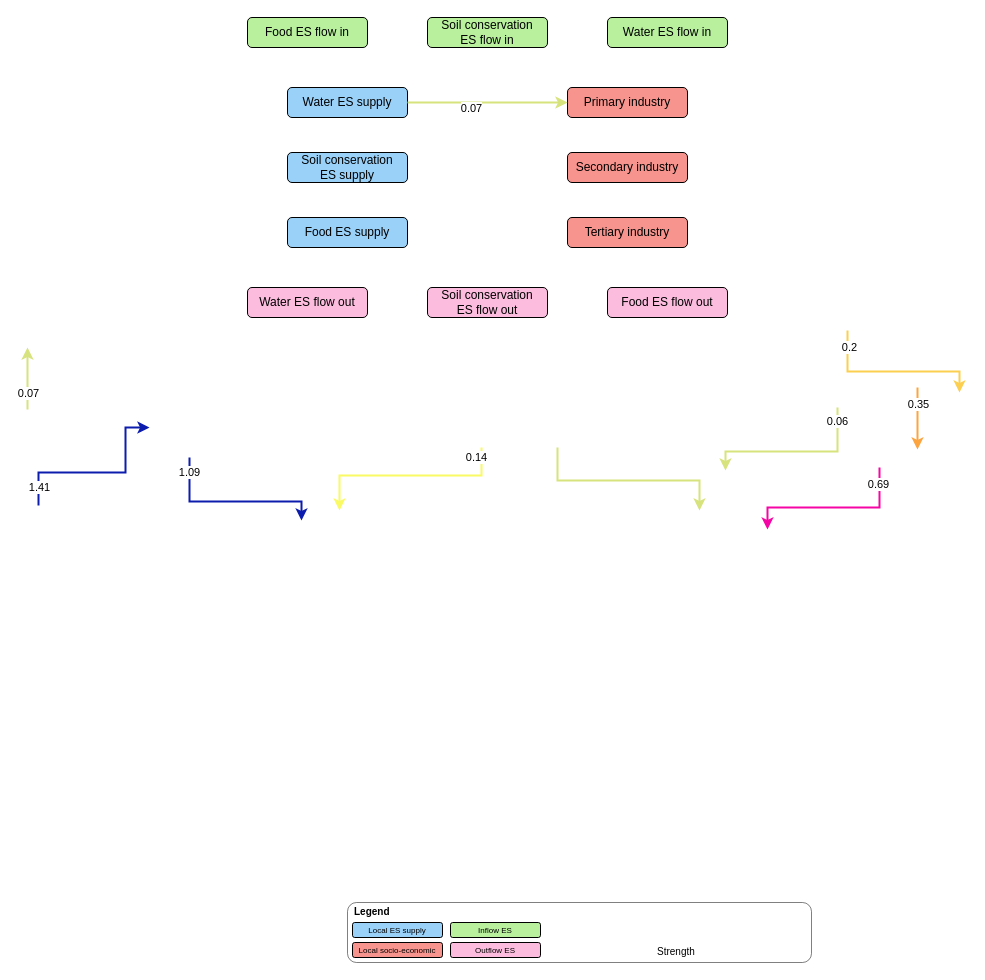
This is ES_FLOW_MI.drawio from THRILLERLEMON/Draw.IO, a draw.io file, before an edit. Source tidied: cells renumbered, new cells numbered last; positions are measured from the earlier drawing's top-left corner, leaving out a move shared by most shapes. Both pictures are drawn from the tidied source at 100%, with x=0, y=0 at pixel (27, 17).
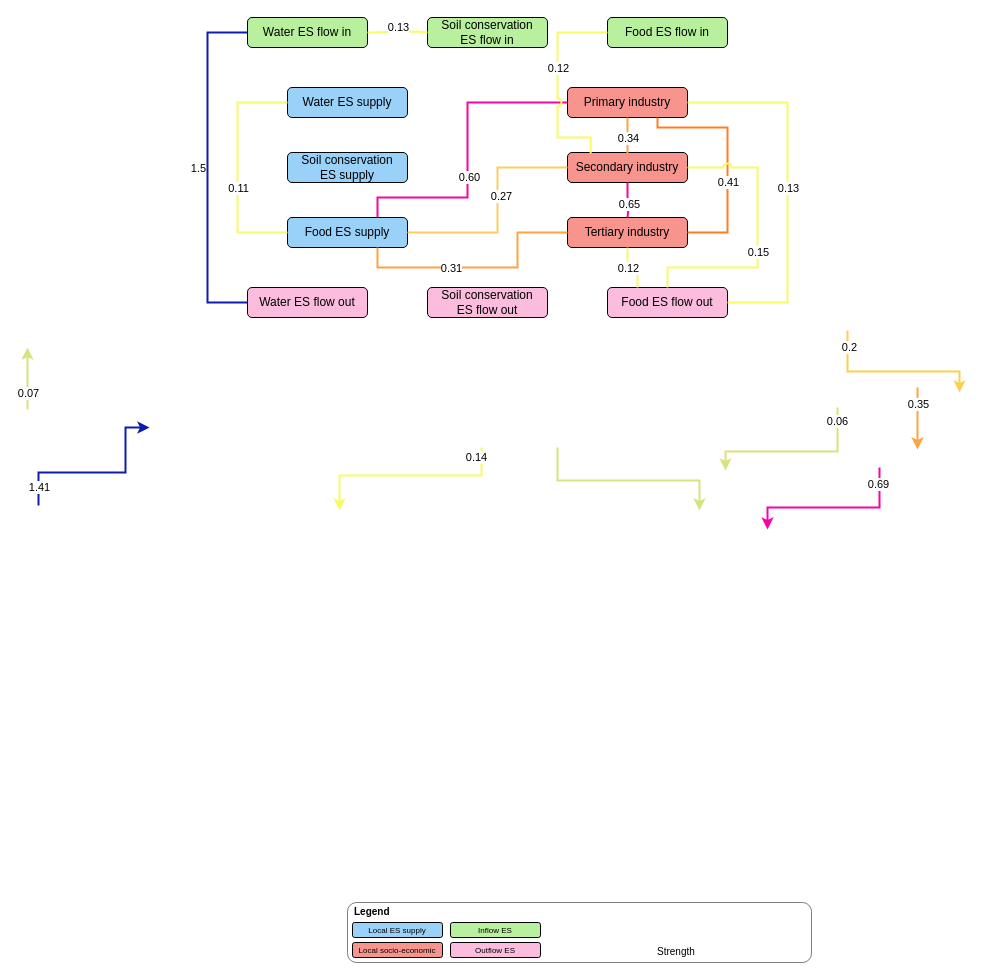
Above is the later version.

The change refers to these unchanged cells:
```xml
<mxCell id="8" value="&lt;p style=&quot;margin-top: 0pt; margin-bottom: 0pt; margin-left: 0in; direction: ltr; unicode-bidi: embed; word-break: normal;&quot;&gt;Food ES supply&lt;/p&gt;" style="rounded=1;whiteSpace=wrap;html=1;fontFamily=Arial;fillColor=#9ad1f9;flipV=0;" parent="1" vertex="1">
  <mxGeometry x="260" y="200" width="120" height="30" as="geometry" />
</mxCell>
<mxCell id="9" value="&lt;p style=&quot;margin-top: 0pt; margin-bottom: 0pt; margin-left: 0in; direction: ltr; unicode-bidi: embed; word-break: normal;&quot;&gt;Water ES supply&lt;/p&gt;" style="rounded=1;whiteSpace=wrap;html=1;fontFamily=Arial;fillColor=#9ad1f9;flipV=0;" parent="1" vertex="1">
  <mxGeometry x="260" y="70" width="120" height="30" as="geometry" />
</mxCell>
<mxCell id="11" value="&lt;p style=&quot;margin-top: 0pt; margin-bottom: 0pt; margin-left: 0in; direction: ltr; unicode-bidi: embed; word-break: normal;&quot;&gt;Secondary industry&lt;/p&gt;" style="rounded=1;whiteSpace=wrap;html=1;fontFamily=Arial;fillColor=#f7948d;flipV=1;" parent="1" vertex="1">
  <mxGeometry x="540" y="135" width="120" height="30" as="geometry" />
</mxCell>
<mxCell id="12" value="&lt;p style=&quot;margin-top: 0pt; margin-bottom: 0pt; margin-left: 0in; direction: ltr; unicode-bidi: embed; word-break: normal;&quot;&gt;Tertiary industry&lt;/p&gt;" style="rounded=1;whiteSpace=wrap;html=1;fontFamily=Arial;fillColor=#f7948d;" parent="1" vertex="1">
  <mxGeometry x="540" y="200" width="120" height="30" as="geometry" />
</mxCell>
<mxCell id="13" value="&lt;p style=&quot;margin-top: 0pt; margin-bottom: 0pt; margin-left: 0in; direction: ltr; unicode-bidi: embed; word-break: normal;&quot;&gt;Food ES flow out&lt;/p&gt;" style="rounded=1;whiteSpace=wrap;html=1;fontFamily=Arial;fillColor=#fbbcdd;flipV=1;" parent="1" vertex="1">
  <mxGeometry x="580" y="270" width="120" height="30" as="geometry" />
</mxCell>
<mxCell id="15" value="&lt;p style=&quot;margin-top: 0pt; margin-bottom: 0pt; margin-left: 0in; direction: ltr; unicode-bidi: embed; word-break: normal;&quot;&gt;Water ES flow out&lt;/p&gt;" style="rounded=1;whiteSpace=wrap;html=1;fontFamily=Arial;fillColor=#fbbcdd;" parent="1" vertex="1">
  <mxGeometry x="220" y="270" width="120" height="30" as="geometry" />
</mxCell>
<mxCell id="20" value="&lt;p style=&quot;margin-top: 0pt; margin-bottom: 0pt; margin-left: 0in; direction: ltr; unicode-bidi: embed; word-break: normal;&quot;&gt;Primary industry&lt;/p&gt;" style="rounded=1;whiteSpace=wrap;html=1;fontFamily=Arial;fillColor=#f7948d;flipV=1;" parent="1" vertex="1">
  <mxGeometry x="540" y="70" width="120" height="30" as="geometry" />
</mxCell>
<mxCell id="37" value="Soil conservation&lt;p style=&quot;margin-top: 0pt; margin-bottom: 0pt; margin-left: 0in; direction: ltr; unicode-bidi: embed; word-break: normal;&quot;&gt;ES flow in&lt;/p&gt;" style="rounded=1;whiteSpace=wrap;html=1;fontFamily=Arial;fillColor=#b8f09e;" parent="1" vertex="1">
  <mxGeometry x="400" width="120" height="30" as="geometry" />
</mxCell>
```

The edit, as a diff of the source:
```diff
@@
     <mxCell id="10" value="Water&amp;nbsp;&lt;span style=&quot;background-color: initial;&quot;&gt;ES flow in&lt;/span&gt;" style="rounded=1;whiteSpace=wrap;html=1;fontFamily=Arial;fillColor=#b8f09e;" parent="1" vertex="1">
-      <mxGeometry x="580" width="120" height="30" as="geometry" />
+      <mxGeometry x="220" width="120" height="30" as="geometry" />
     </mxCell>
@@
-    <mxCell id="25" style="edgeStyle=orthogonalEdgeStyle;rounded=0;orthogonalLoop=1;jettySize=auto;html=1;exitX=0.75;exitY=1;exitDx=0;exitDy=0;entryX=0.25;entryY=0;entryDx=0;entryDy=0;strokeWidth=2;strokeColor=#0c1cad;jumpStyle=arc;fontFamily=Arial;" parent="1" edge="1">
+    <mxCell id="25" style="edgeStyle=orthogonalEdgeStyle;rounded=0;jettySize=auto;html=1;exitX=0;exitY=0.5;exitDx=0;exitDy=0;entryX=0;entryY=0.5;entryDx=0;entryDy=0;strokeWidth=2;strokeColor=#0c1cad;jumpStyle=arc;fontFamily=Arial;endArrow=none;endFill=0;" parent="1" edge="1" source="10" target="15">
       <mxGeometry relative="1" as="geometry">
-        <mxPoint x="162" y="440" as="sourcePoint" />
-        <mxPoint x="274" y="503" as="targetPoint" />
         <Array as="points">
-          <mxPoint x="162" y="484" />
-          <mxPoint x="274" y="484" />
+          <mxPoint x="180" y="15" />
+          <mxPoint x="180" y="285" />
         </Array>
       </mxGeometry>
     </mxCell>
-    <mxCell id="26" value="1.09" style="edgeLabel;html=1;align=center;verticalAlign=middle;fontFamily=Arial;" parent="25" vertex="1">
+    <mxCell id="26" value="1.5" style="edgeLabel;html=1;align=center;verticalAlign=middle;fontFamily=Arial;" parent="25" vertex="1">
       <mxGeometry x="-0.13" y="-3" relative="1" as="geometry">
-        <mxPoint x="-33" y="-33" as="offset" />
+        <mxPoint x="-7" y="23" as="offset" />
       </mxGeometry>
     </mxCell>
@@
     <mxCell id="36" value="&lt;p style=&quot;margin-top: 0pt; margin-bottom: 0pt; margin-left: 0in; direction: ltr; unicode-bidi: embed; word-break: normal;&quot;&gt;Food ES flow in&lt;/p&gt;" style="rounded=1;whiteSpace=wrap;html=1;fontFamily=Arial;fillColor=#b8f09e;" parent="1" vertex="1">
-      <mxGeometry x="220" width="120" height="30" as="geometry" />
+      <mxGeometry x="580" width="120" height="30" as="geometry" />
     </mxCell>
@@
-    <mxCell id="38" style="edgeStyle=orthogonalEdgeStyle;rounded=0;jettySize=auto;html=1;exitX=1;exitY=0.5;exitDx=0;exitDy=0;strokeWidth=2;strokeColor=#d7e37d;jumpStyle=arc;fontFamily=Arial;entryX=0;entryY=0.5;entryDx=0;entryDy=0;" parent="1" edge="1" source="9" target="20">
-      <mxGeometry relative="1" as="geometry">
-        <Array as="points">
-          <mxPoint x="420" y="85" />
-          <mxPoint x="420" y="85" />
-        </Array>
-      </mxGeometry>
-    </mxCell>
-    <mxCell id="39" value="0.07" style="edgeLabel;html=1;align=center;verticalAlign=middle;fontFamily=Arial;" parent="38" vertex="1">
-      <mxGeometry x="-0.24" y="2" relative="1" as="geometry">
-        <mxPoint x="2" y="7" as="offset" />
-      </mxGeometry>
-    </mxCell>
+    <mxCell id="40" style="edgeStyle=orthogonalEdgeStyle;rounded=0;jettySize=auto;html=1;exitX=1;exitY=0.5;exitDx=0;exitDy=0;strokeWidth=2;strokeColor=#ff7e22;jumpStyle=arc;fontFamily=Arial;endArrow=none;endFill=0;entryX=0.75;entryY=1;entryDx=0;entryDy=0;" parent="1" edge="1" source="12" target="20">
+      <mxGeometry relative="1" as="geometry">
+        <Array as="points">
+          <mxPoint x="700" y="215" />
+          <mxPoint x="700" y="110" />
+          <mxPoint x="630" y="110" />
+        </Array>
+      </mxGeometry>
+    </mxCell>
+    <mxCell id="41" value="0.41" style="edgeLabel;html=1;align=center;verticalAlign=middle;fontFamily=Arial;" parent="40" vertex="1">
+      <mxGeometry x="-0.24" y="2" relative="1" as="geometry">
+        <mxPoint x="2" y="-5" as="offset" />
+      </mxGeometry>
+    </mxCell>
+    <mxCell id="42" style="edgeStyle=orthogonalEdgeStyle;rounded=0;jettySize=auto;html=1;exitX=0.5;exitY=1;exitDx=0;exitDy=0;strokeWidth=2;strokeColor=#fca43f;fontFamily=Arial;endArrow=none;endFill=0;" parent="1" edge="1" source="20">
+      <mxGeometry relative="1" as="geometry">
+        <mxPoint x="600" y="136" as="targetPoint" />
+      </mxGeometry>
+    </mxCell>
+    <mxCell id="43" value="0.34" style="edgeLabel;html=1;align=center;verticalAlign=middle;fontFamily=Arial;" parent="42" vertex="1">
+      <mxGeometry x="-0.58" relative="1" as="geometry">
+        <mxPoint y="12" as="offset" />
+      </mxGeometry>
+    </mxCell>
+    <mxCell id="44" style="edgeStyle=orthogonalEdgeStyle;rounded=0;jettySize=auto;html=1;exitX=0;exitY=0.5;exitDx=0;exitDy=0;entryX=0.75;entryY=0;entryDx=0;entryDy=0;strokeWidth=2;strokeColor=#f505a5;fontFamily=Arial;endArrow=none;endFill=0;" parent="1" edge="1" source="20" target="8">
+      <mxGeometry relative="1" as="geometry">
+        <Array as="points">
+          <mxPoint x="440" y="85" />
+          <mxPoint x="440" y="180" />
+          <mxPoint x="350" y="180" />
+        </Array>
+      </mxGeometry>
+    </mxCell>
+    <mxCell id="45" value="0.60" style="edgeLabel;html=1;align=center;verticalAlign=middle;fontFamily=Arial;" parent="44" vertex="1">
+      <mxGeometry x="0.14" relative="1" as="geometry">
+        <mxPoint x="1" as="offset" />
+      </mxGeometry>
+    </mxCell>
+    <mxCell id="46" style="edgeStyle=orthogonalEdgeStyle;rounded=0;jettySize=auto;html=1;exitX=1;exitY=0.5;exitDx=0;exitDy=0;entryX=1;entryY=0.5;entryDx=0;entryDy=0;strokeWidth=2;jumpStyle=arc;strokeColor=#fafa64;fontFamily=Arial;endArrow=none;endFill=0;" parent="1" edge="1" source="20" target="13">
+      <mxGeometry relative="1" as="geometry">
+        <Array as="points">
+          <mxPoint x="760" y="85" />
+          <mxPoint x="760" y="285" />
+        </Array>
+      </mxGeometry>
+    </mxCell>
+    <mxCell id="47" value="0.13" style="edgeLabel;html=1;align=center;verticalAlign=middle;fontFamily=Arial;" parent="46" vertex="1">
+      <mxGeometry x="-0.23" relative="1" as="geometry">
+        <mxPoint y="46" as="offset" />
+      </mxGeometry>
+    </mxCell>
+    <mxCell id="48" style="edgeStyle=orthogonalEdgeStyle;rounded=0;jettySize=auto;html=1;exitX=0.5;exitY=1;exitDx=0;exitDy=0;entryX=0.5;entryY=0;entryDx=0;entryDy=0;strokeWidth=2;strokeColor=#f505a5;fontFamily=Arial;endArrow=none;endFill=0;" parent="1" edge="1" source="11" target="12">
+      <mxGeometry relative="1" as="geometry">
+        <Array as="points">
+          <mxPoint x="600" y="190" />
+          <mxPoint x="601" y="190" />
+          <mxPoint x="601" y="200" />
+        </Array>
+      </mxGeometry>
+    </mxCell>
+    <mxCell id="49" value="0.65" style="edgeLabel;html=1;align=center;verticalAlign=middle;fontFamily=Arial;" parent="48" vertex="1">
+      <mxGeometry x="0.14" relative="1" as="geometry">
+        <mxPoint x="1" as="offset" />
+      </mxGeometry>
+    </mxCell>
+    <mxCell id="50" style="edgeStyle=orthogonalEdgeStyle;rounded=0;jettySize=auto;html=1;exitX=0;exitY=0.5;exitDx=0;exitDy=0;entryX=1;entryY=0.5;entryDx=0;entryDy=0;strokeWidth=2;strokeColor=#fecd60;fontFamily=Arial;endArrow=none;endFill=0;" parent="1" edge="1" source="11" target="8">
+      <mxGeometry relative="1" as="geometry">
+        <Array as="points">
+          <mxPoint x="470" y="150" />
+          <mxPoint x="470" y="215" />
+        </Array>
+      </mxGeometry>
+    </mxCell>
+    <mxCell id="51" value="0.27" style="edgeLabel;html=1;align=center;verticalAlign=middle;fontFamily=Arial;" parent="50" vertex="1">
+      <mxGeometry x="0.14" relative="1" as="geometry">
+        <mxPoint x="3" y="-30" as="offset" />
+      </mxGeometry>
+    </mxCell>
+    <mxCell id="52" style="edgeStyle=orthogonalEdgeStyle;rounded=0;jettySize=auto;html=1;entryX=0.193;entryY=0.963;entryDx=0;entryDy=0;strokeWidth=2;jumpStyle=arc;strokeColor=#fafa64;fontFamily=Arial;entryPerimeter=0;endArrow=none;endFill=0;exitX=0;exitY=0.5;exitDx=0;exitDy=0;" parent="1" edge="1" source="36" target="11">
+      <mxGeometry relative="1" as="geometry">
+        <Array as="points">
+          <mxPoint x="530" y="15" />
+          <mxPoint x="530" y="120" />
+          <mxPoint x="563" y="120" />
+        </Array>
+      </mxGeometry>
+    </mxCell>
+    <mxCell id="53" value="0.12" style="edgeLabel;html=1;align=center;verticalAlign=middle;fontFamily=Arial;" parent="52" vertex="1">
+      <mxGeometry x="-0.23" relative="1" as="geometry">
+        <mxPoint y="6" as="offset" />
+      </mxGeometry>
+    </mxCell>
+    <mxCell id="54" style="edgeStyle=orthogonalEdgeStyle;rounded=0;jettySize=auto;html=1;exitX=1;exitY=0.5;exitDx=0;exitDy=0;entryX=0.5;entryY=0;entryDx=0;entryDy=0;strokeWidth=2;jumpStyle=arc;strokeColor=#fafa64;fontFamily=Arial;endArrow=none;endFill=0;" parent="1" edge="1" source="11" target="13">
+      <mxGeometry relative="1" as="geometry">
+        <Array as="points">
+          <mxPoint x="730" y="150" />
+          <mxPoint x="730" y="250" />
+          <mxPoint x="640" y="250" />
+        </Array>
+      </mxGeometry>
+    </mxCell>
+    <mxCell id="55" value="0.15" style="edgeLabel;html=1;align=center;verticalAlign=middle;fontFamily=Arial;" parent="54" vertex="1">
+      <mxGeometry x="-0.23" relative="1" as="geometry">
+        <mxPoint y="46" as="offset" />
+      </mxGeometry>
+    </mxCell>
+    <mxCell id="56" style="edgeStyle=orthogonalEdgeStyle;rounded=0;jettySize=auto;html=1;exitX=0.75;exitY=1;exitDx=0;exitDy=0;strokeWidth=2;strokeColor=#fca43f;fontFamily=Arial;endArrow=none;endFill=0;entryX=0;entryY=0.5;entryDx=0;entryDy=0;" parent="1" edge="1" source="8" target="12">
+      <mxGeometry relative="1" as="geometry">
+        <Array as="points">
+          <mxPoint x="350" y="250" />
+          <mxPoint x="490" y="250" />
+          <mxPoint x="490" y="215" />
+        </Array>
+      </mxGeometry>
+    </mxCell>
+    <mxCell id="57" value="0.31" style="edgeLabel;html=1;align=center;verticalAlign=middle;fontFamily=Arial;" parent="56" vertex="1">
+      <mxGeometry x="-0.58" relative="1" as="geometry">
+        <mxPoint x="42" as="offset" />
+      </mxGeometry>
+    </mxCell>
+    <mxCell id="58" style="edgeStyle=orthogonalEdgeStyle;rounded=0;jettySize=auto;html=1;exitX=0.5;exitY=1;exitDx=0;exitDy=0;entryX=0.25;entryY=0;entryDx=0;entryDy=0;strokeWidth=2;jumpStyle=arc;strokeColor=#fafa64;fontFamily=Arial;endArrow=none;endFill=0;" parent="1" edge="1" source="12" target="13">
+      <mxGeometry relative="1" as="geometry">
+        <Array as="points">
+          <mxPoint x="600" y="250" />
+          <mxPoint x="610" y="250" />
+        </Array>
+      </mxGeometry>
+    </mxCell>
+    <mxCell id="59" value="0.12" style="edgeLabel;html=1;align=center;verticalAlign=middle;fontFamily=Arial;" parent="58" vertex="1">
+      <mxGeometry x="-0.23" relative="1" as="geometry">
+        <mxPoint y="1" as="offset" />
+      </mxGeometry>
+    </mxCell>
+    <mxCell id="60" style="edgeStyle=orthogonalEdgeStyle;rounded=0;jettySize=auto;html=1;exitX=0;exitY=0.5;exitDx=0;exitDy=0;entryX=0;entryY=0.5;entryDx=0;entryDy=0;strokeWidth=2;jumpStyle=arc;strokeColor=#fafa64;fontFamily=Arial;endArrow=none;endFill=0;" parent="1" edge="1" source="9" target="8">
+      <mxGeometry relative="1" as="geometry">
+        <Array as="points">
+          <mxPoint x="210" y="85" />
+          <mxPoint x="210" y="215" />
+        </Array>
+      </mxGeometry>
+    </mxCell>
+    <mxCell id="61" value="0.11" style="edgeLabel;html=1;align=center;verticalAlign=middle;fontFamily=Arial;" parent="60" vertex="1">
+      <mxGeometry x="-0.23" relative="1" as="geometry">
+        <mxPoint y="46" as="offset" />
+      </mxGeometry>
+    </mxCell>
+    <mxCell id="62" style="edgeStyle=orthogonalEdgeStyle;rounded=0;jettySize=auto;html=1;entryX=0;entryY=0.5;entryDx=0;entryDy=0;strokeWidth=2;jumpStyle=arc;strokeColor=#fafa64;fontFamily=Arial;endArrow=none;endFill=0;exitX=1;exitY=0.5;exitDx=0;exitDy=0;" parent="1" edge="1" source="10" target="37">
+      <mxGeometry relative="1" as="geometry">
+        <Array as="points">
+          <mxPoint x="390" y="14" />
+          <mxPoint x="440" y="15" />
+        </Array>
+      </mxGeometry>
+    </mxCell>
+    <mxCell id="63" value="0.13" style="edgeLabel;html=1;align=center;verticalAlign=middle;fontFamily=Arial;" parent="62" vertex="1">
+      <mxGeometry x="-0.23" relative="1" as="geometry">
+        <mxPoint x="7" y="-5" as="offset" />
+      </mxGeometry>
+    </mxCell>
```
